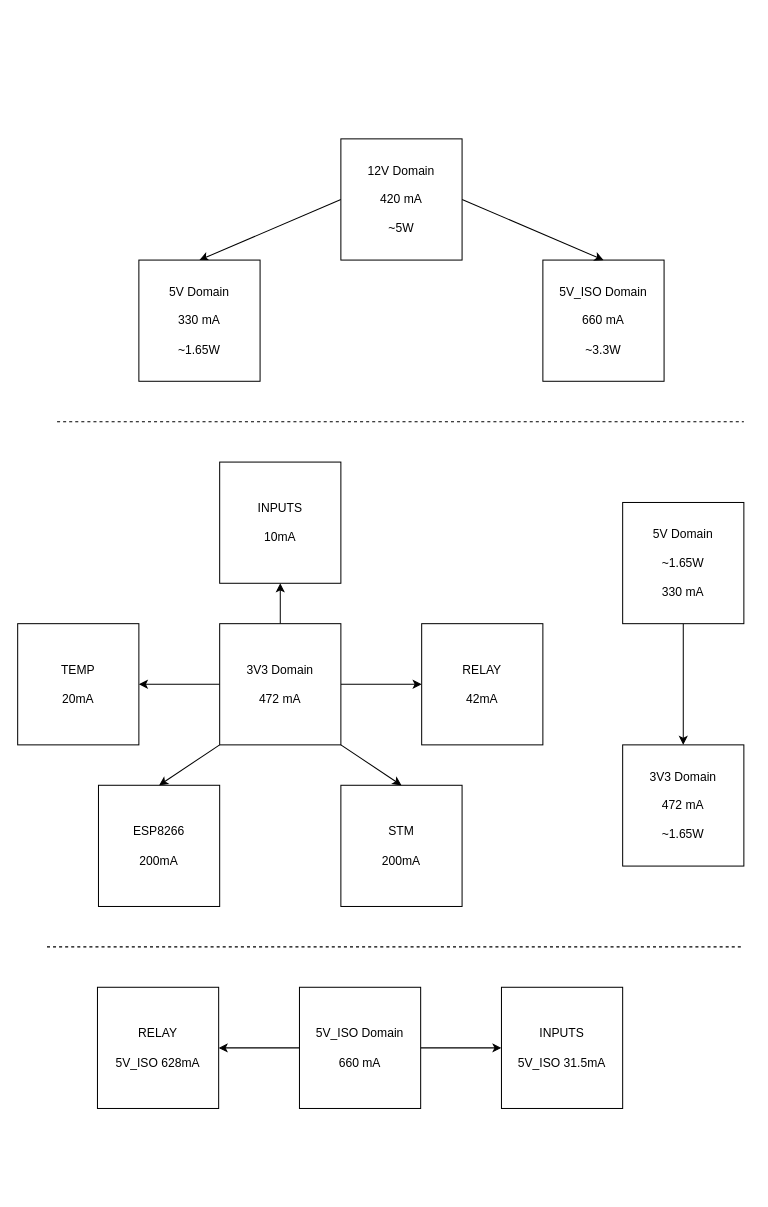
vpodlesnyi/Industrial-Controller keeps this draw.io diagram as DOCUMENT/Power.drawio. Above is the earlier version. Source tidied: cells renumbered, new cells numbered last; positions are measured from the earlier drawing's top-left corner, leaving out a move shared by most shapes. Both pictures are drawn from the tidied source at 101%, with x=0, y=0 at pixel (17, 138).
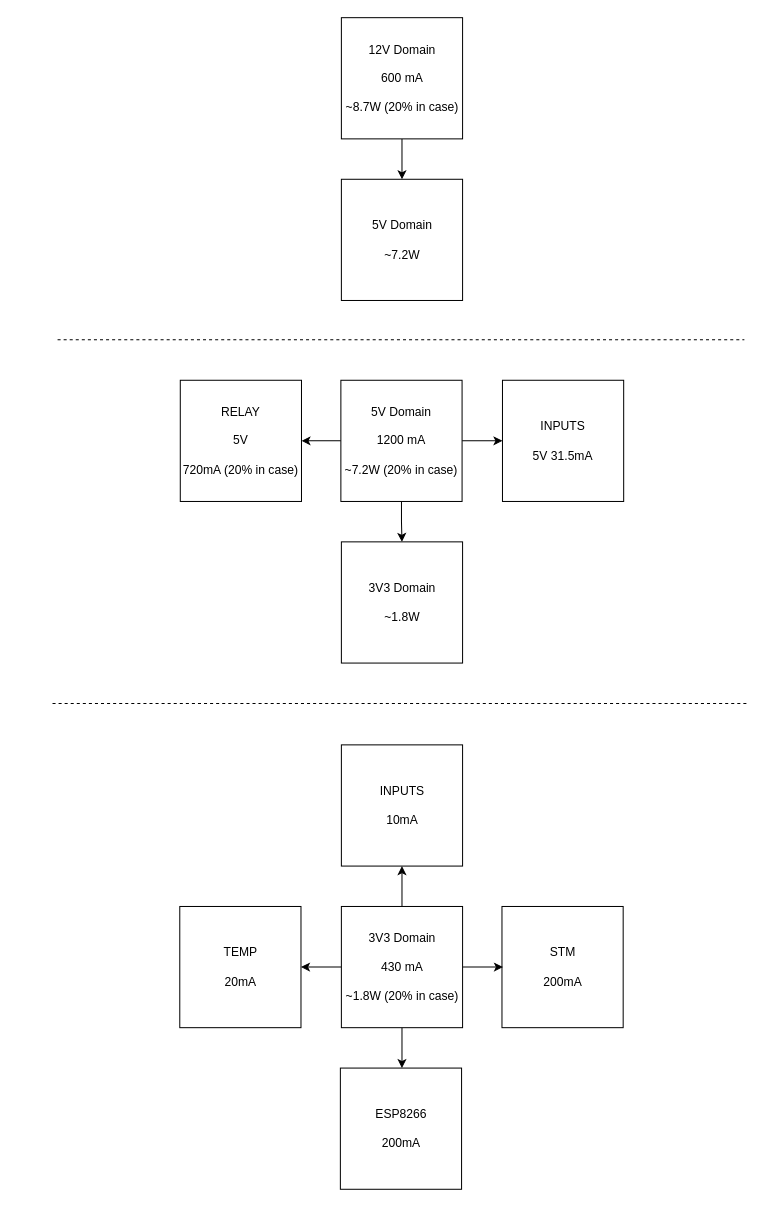
The same page after the edit.

Diff of the diagram source:
```diff
@@
-    <mxCell id="2" value="RELAY&lt;br&gt;&lt;br&gt;5V_ISO 628mA" style="rounded=0;whiteSpace=wrap;html=1;" parent="1" vertex="1">
-      <mxGeometry x="79" y="840" width="120" height="120" as="geometry" />
+    <mxCell id="2" value="RELAY&lt;br&gt;&lt;br&gt;5V &lt;br&gt;&lt;br&gt;720mA (20% in case)" style="rounded=0;whiteSpace=wrap;html=1;" parent="1" vertex="1">
+      <mxGeometry x="161" y="239" width="120" height="120" as="geometry" />
     </mxCell>
-    <mxCell id="3" value="INPUTS&lt;br&gt;&lt;br&gt;5V_ISO 31.5mA" style="rounded=0;whiteSpace=wrap;html=1;" parent="1" vertex="1">
-      <mxGeometry x="479" y="840" width="120" height="120" as="geometry" />
+    <mxCell id="3" value="INPUTS&lt;br&gt;&lt;br&gt;5V 31.5mA" style="rounded=0;whiteSpace=wrap;html=1;" parent="1" vertex="1">
+      <mxGeometry x="480" y="239" width="120" height="120" as="geometry" />
     </mxCell>
     <mxCell id="4" value="TEMP&lt;br&gt;&lt;br&gt;20mA" style="rounded=0;whiteSpace=wrap;html=1;" parent="1" vertex="1">
-      <mxGeometry y="480" width="120" height="120" as="geometry" />
+      <mxGeometry x="160.5" y="760" width="120" height="120" as="geometry" />
     </mxCell>
     <mxCell id="5" value="ESP8266&lt;br&gt;&lt;br&gt;200mA" style="rounded=0;whiteSpace=wrap;html=1;" parent="1" vertex="1">
-      <mxGeometry x="80" y="640" width="120" height="120" as="geometry" />
+      <mxGeometry x="319.5" y="920" width="120" height="120" as="geometry" />
     </mxCell>
     <mxCell id="6" value="STM&lt;br&gt;&lt;br&gt;200mA" style="rounded=0;whiteSpace=wrap;html=1;" parent="1" vertex="1">
-      <mxGeometry x="320" y="640" width="120" height="120" as="geometry" />
+      <mxGeometry x="479.5" y="760" width="120" height="120" as="geometry" />
     </mxCell>
@@
-    <mxCell id="9" style="edgeStyle=orthogonalEdgeStyle;rounded=0;jettySize=auto;html=1;exitX=1;exitY=0.5;exitDx=0;exitDy=0;entryX=0;entryY=0.5;entryDx=0;entryDy=0;" parent="1" edge="1" source="12" target="13">
-      <mxGeometry relative="1" as="geometry" />
+    <mxCell id="9" style="edgeStyle=orthogonalEdgeStyle;rounded=0;jettySize=auto;html=1;exitX=1;exitY=0.5;exitDx=0;exitDy=0;" parent="1" edge="1" source="12">
+      <mxGeometry relative="1" as="geometry">
+        <mxPoint x="480.5" y="820" as="targetPoint" />
+      </mxGeometry>
     </mxCell>
-    <mxCell id="10" style="rounded=0;jettySize=auto;html=1;exitX=0;exitY=1;exitDx=0;exitDy=0;entryX=0.5;entryY=0;entryDx=0;entryDy=0;" parent="1" edge="1" source="12" target="5">
-      <mxGeometry relative="1" as="geometry" />
-    </mxCell>
-    <mxCell id="11" style="edgeStyle=none;rounded=0;jettySize=auto;html=1;exitX=1;exitY=1;exitDx=0;exitDy=0;entryX=0.5;entryY=0;entryDx=0;entryDy=0;" parent="1" edge="1" source="12" target="6">
-      <mxGeometry relative="1" as="geometry" />
-    </mxCell>
+    <mxCell id="28" style="edgeStyle=orthogonalEdgeStyle;rounded=0;jettySize=auto;html=1;exitX=0.5;exitY=1;exitDx=0;exitDy=0;" parent="1" edge="1" source="12">
+      <mxGeometry relative="1" as="geometry">
+        <mxPoint x="380.5" y="920" as="targetPoint" />
+      </mxGeometry>
+    </mxCell>
-    <mxCell id="12" value="3V3 Domain&lt;br&gt;&lt;br&gt;472 mA&lt;br&gt;" style="rounded=0;whiteSpace=wrap;html=1;" parent="1" vertex="1">
-      <mxGeometry x="200" y="480" width="120" height="120" as="geometry" />
+    <mxCell id="12" value="3V3 Domain&lt;br&gt;&lt;br&gt;430 mA&lt;br&gt;&lt;br&gt;~1.8W (20% in case)" style="rounded=0;whiteSpace=wrap;html=1;" parent="1" vertex="1">
+      <mxGeometry x="320.5" y="760" width="120" height="120" as="geometry" />
     </mxCell>
-    <mxCell id="13" value="RELAY&lt;br&gt;&lt;br&gt;42mA" style="rounded=0;whiteSpace=wrap;html=1;" parent="1" vertex="1">
-      <mxGeometry x="400" y="480" width="120" height="120" as="geometry" />
-    </mxCell>
     <mxCell id="14" value="INPUTS&lt;br&gt;&lt;br&gt;10mA" style="rounded=0;whiteSpace=wrap;html=1;" parent="1" vertex="1">
-      <mxGeometry x="200" y="320" width="120" height="120" as="geometry" />
+      <mxGeometry x="320.5" y="600" width="120" height="120" as="geometry" />
     </mxCell>
@@
+    <mxCell id="29" style="edgeStyle=orthogonalEdgeStyle;rounded=0;jettySize=auto;html=1;exitX=0.5;exitY=1;exitDx=0;exitDy=0;entryX=0.5;entryY=0;entryDx=0;entryDy=0;" parent="1" edge="1" source="17" target="18">
+      <mxGeometry relative="1" as="geometry" />
+    </mxCell>
-    <mxCell id="17" value="5V_ISO Domain&lt;br&gt;&lt;br&gt;660 mA" style="rounded=0;whiteSpace=wrap;html=1;" parent="1" vertex="1">
-      <mxGeometry x="279" y="840" width="120" height="120" as="geometry" />
+    <mxCell id="17" value="5V Domain&lt;br&gt;&lt;br&gt;1200 mA&lt;br&gt;&lt;br&gt;~7.2W (20% in case)" style="rounded=0;whiteSpace=wrap;html=1;" parent="1" vertex="1">
+      <mxGeometry x="320" y="239" width="120" height="120" as="geometry" />
     </mxCell>
-    <mxCell id="18" value="3V3 Domain&lt;br&gt;&lt;br&gt;472 mA&lt;br&gt;&lt;br&gt;~1.65W" style="rounded=0;whiteSpace=wrap;html=1;" parent="1" vertex="1">
-      <mxGeometry x="599" y="600" width="120" height="120" as="geometry" />
+    <mxCell id="18" value="3V3 Domain&lt;br&gt;&lt;br&gt;~1.8W" style="rounded=0;whiteSpace=wrap;html=1;" parent="1" vertex="1">
+      <mxGeometry x="320.5" y="399" width="120" height="120" as="geometry" />
     </mxCell>
     <mxCell id="19" style="endArrow=none;dashed=1;html=1;rounded=0;" parent="1" edge="1">
       <mxGeometry relative="1" as="geometry">
-        <mxPoint x="39" y="280" as="sourcePoint" />
-        <mxPoint x="719" y="280" as="targetPoint" />
+        <mxPoint x="39.5" y="199" as="sourcePoint" />
+        <mxPoint x="719.5" y="199" as="targetPoint" />
       </mxGeometry>
     </mxCell>
     <mxCell id="20" style="endArrow=none;dashed=1;html=1;rounded=0;" parent="1" edge="1">
       <mxGeometry relative="1" as="geometry">
-        <mxPoint x="29" y="800" as="sourcePoint" />
-        <mxPoint x="719" y="800" as="targetPoint" />
+        <mxPoint x="34.5" y="559" as="sourcePoint" />
+        <mxPoint x="724.5" y="559" as="targetPoint" />
       </mxGeometry>
     </mxCell>
-    <mxCell id="21" value="5V_ISO Domain&lt;br&gt;&lt;br&gt;660 mA&lt;br&gt;&lt;br&gt;~3.3W" style="rounded=0;whiteSpace=wrap;html=1;" parent="1" vertex="1">
-      <mxGeometry x="520" y="120" width="120" height="120" as="geometry" />
+    <mxCell id="21" value="5V Domain&lt;br&gt;&lt;br&gt;~7.2W" style="rounded=0;whiteSpace=wrap;html=1;" parent="1" vertex="1">
+      <mxGeometry x="320.5" y="40" width="120" height="120" as="geometry" />
     </mxCell>
-    <mxCell id="22" style="edgeStyle=none;rounded=0;jettySize=auto;html=1;exitX=0;exitY=0.5;exitDx=0;exitDy=0;entryX=0.5;entryY=0;entryDx=0;entryDy=0;" parent="1" edge="1" source="24" target="27">
-      <mxGeometry relative="1" as="geometry" />
-    </mxCell>
-    <mxCell id="23" style="edgeStyle=none;rounded=0;jettySize=auto;html=1;exitX=1;exitY=0.5;exitDx=0;exitDy=0;entryX=0.5;entryY=0;entryDx=0;entryDy=0;" parent="1" edge="1" source="24" target="21">
+    <mxCell id="23" style="edgeStyle=orthogonalEdgeStyle;rounded=0;jettySize=auto;html=1;exitX=0.5;exitY=1;exitDx=0;exitDy=0;entryX=0.5;entryY=0;entryDx=0;entryDy=0;" parent="1" edge="1" source="24" target="21">
       <mxGeometry relative="1" as="geometry" />
     </mxCell>
-    <mxCell id="24" value="12V Domain&lt;br&gt;&lt;br&gt;420 mA&lt;br&gt;&lt;br&gt;~5W" style="rounded=0;whiteSpace=wrap;html=1;" parent="1" vertex="1">
-      <mxGeometry x="320" width="120" height="120" as="geometry" />
+    <mxCell id="24" value="12V Domain&lt;br&gt;&lt;br&gt;600 mA&lt;br&gt;&lt;br&gt;~8.7W (20% in case)" style="rounded=0;whiteSpace=wrap;html=1;" parent="1" vertex="1">
+      <mxGeometry x="320.5" y="-120" width="120" height="120" as="geometry" />
     </mxCell>
-    <mxCell id="25" style="edgeStyle=orthogonalEdgeStyle;rounded=0;jettySize=auto;html=1;exitX=0.5;exitY=1;exitDx=0;exitDy=0;entryX=0.5;entryY=0;entryDx=0;entryDy=0;" parent="1" edge="1" source="26" target="18">
-      <mxGeometry relative="1" as="geometry" />
-    </mxCell>
-    <mxCell id="26" value="5V Domain&lt;br&gt;&lt;br&gt;~1.65W&lt;br&gt;&lt;br&gt;330 mA" style="rounded=0;whiteSpace=wrap;html=1;" parent="1" vertex="1">
-      <mxGeometry x="599" y="360" width="120" height="120" as="geometry" />
-    </mxCell>
-    <mxCell id="27" value="5V Domain&lt;br&gt;&lt;br&gt;330 mA&lt;br&gt;&lt;br&gt;~1.65W" style="rounded=0;whiteSpace=wrap;html=1;" parent="1" vertex="1">
-      <mxGeometry x="120" y="120" width="120" height="120" as="geometry" />
-    </mxCell>
```
